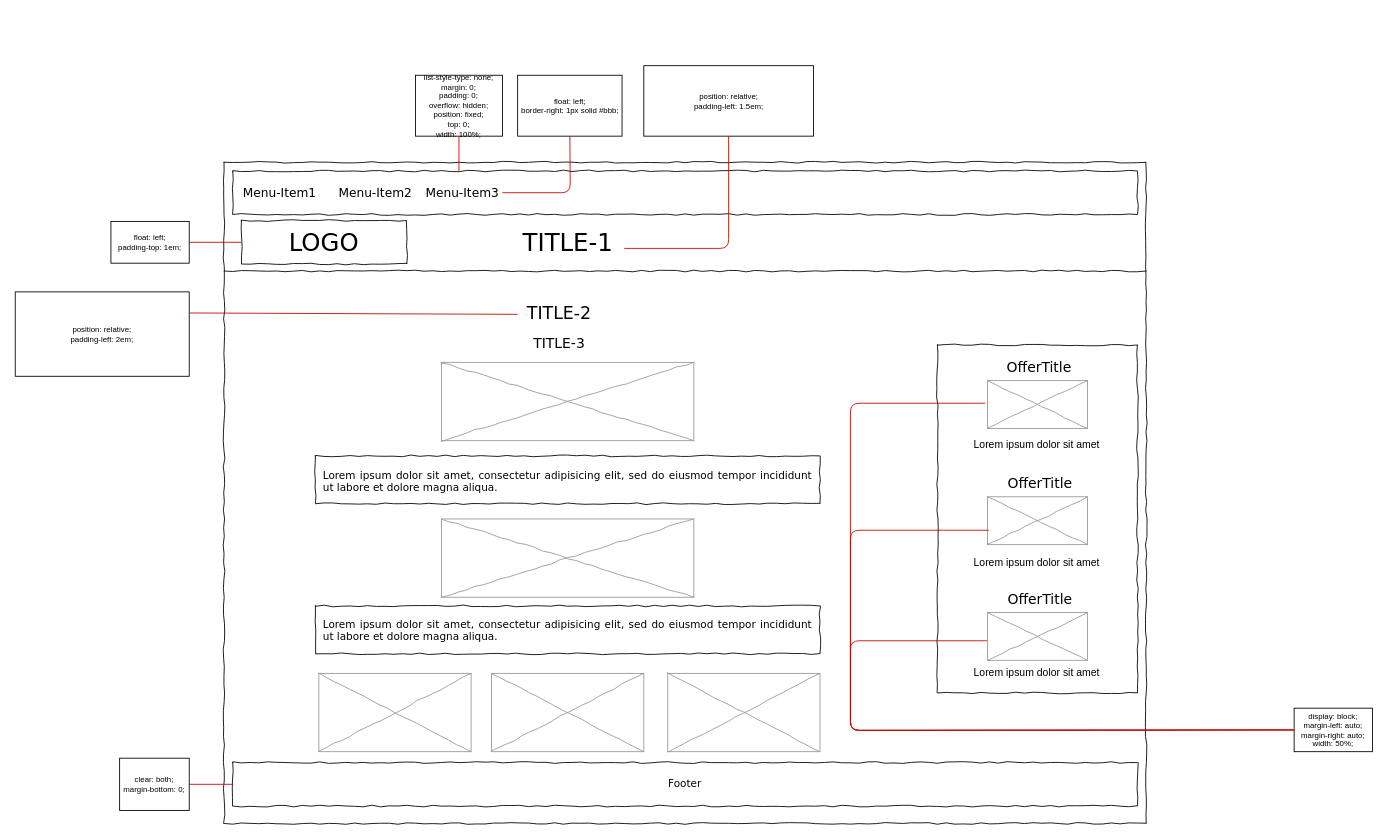
This is documentation/Part4/index.drawio from lu-dias/website--uol, a draw.io file, before an edit. Source tidied: cells renumbered, new cells numbered last; positions are measured from the earlier drawing's top-left corner, leaving out a move shared by most shapes. Both pictures are drawn from the tidied source at 87%, with x=0, y=0 at pixel (15, 65).
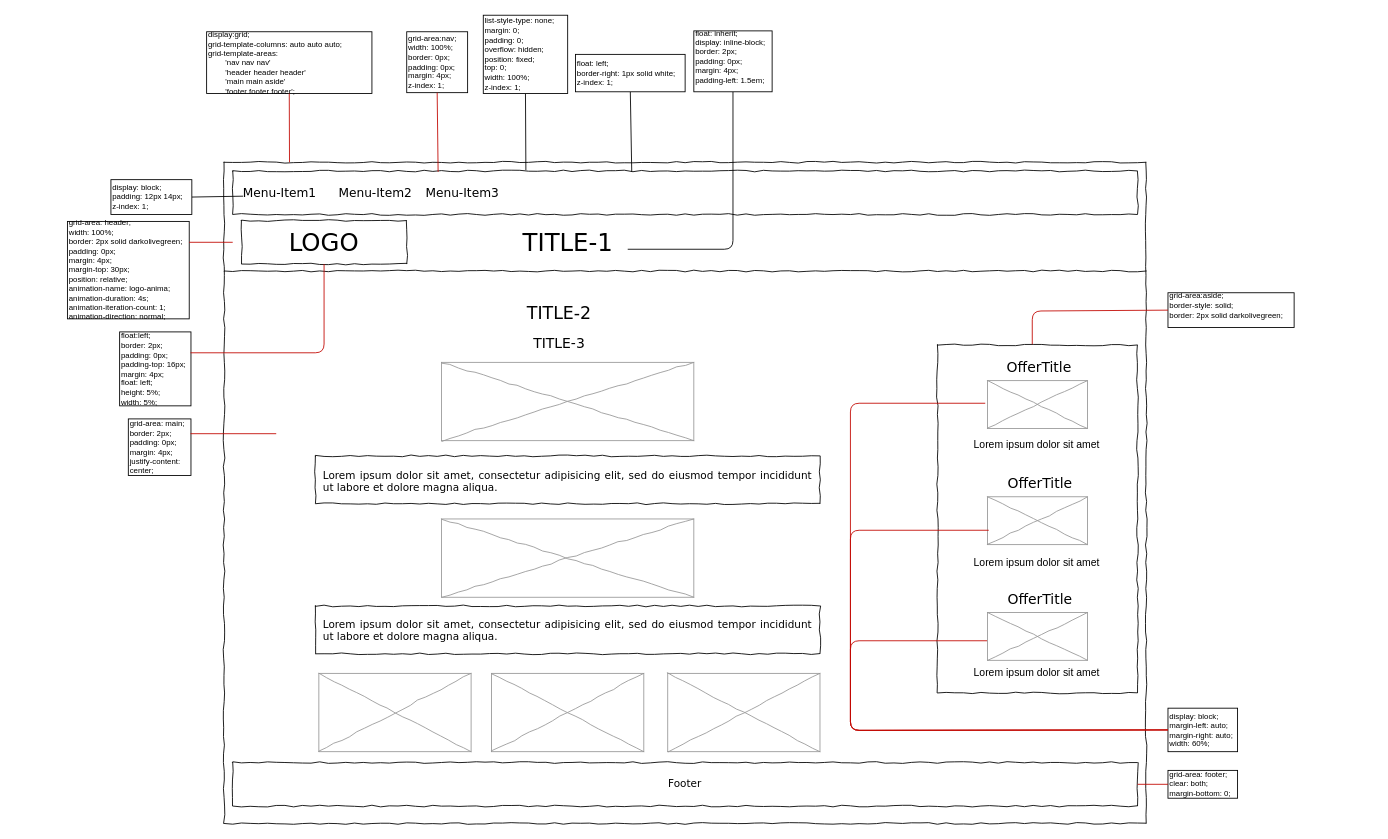
Above is the later version.

The change refers to these unchanged cells:
```xml
<mxCell id="2" style="whiteSpace=wrap;html=1;rounded=0;shadow=0;labelBackgroundColor=none;strokeColor=#000000;strokeWidth=1;fillColor=none;fontFamily=Verdana;fontSize=12;fontColor=#000000;align=center;comic=1;" parent="1" vertex="1">
  <mxGeometry x="240" y="111" width="1060" height="760" as="geometry" />
</mxCell>
<mxCell id="3" value="LOGO" style="whiteSpace=wrap;html=1;rounded=0;shadow=0;labelBackgroundColor=none;strokeWidth=1;fontFamily=Verdana;fontSize=28;align=center;comic=1;" parent="1" vertex="1">
  <mxGeometry x="260" y="178" width="190" height="50" as="geometry" />
</mxCell>
<mxCell id="4" value="TITLE-1" style="text;html=1;points=[];align=center;verticalAlign=middle;spacingTop=-4;fontSize=28;fontFamily=Verdana;" parent="1" vertex="1">
  <mxGeometry x="570" y="181" width="130" height="50" as="geometry" />
</mxCell>
<mxCell id="7" style="whiteSpace=wrap;html=1;rounded=0;shadow=0;labelBackgroundColor=none;strokeWidth=1;fillColor=none;fontFamily=Verdana;fontSize=12;align=center;comic=1;" parent="1" vertex="1">
  <mxGeometry x="1060" y="321" width="230" height="400" as="geometry" />
</mxCell>
<mxCell id="9" style="whiteSpace=wrap;html=1;rounded=0;shadow=0;labelBackgroundColor=none;strokeWidth=1;fillColor=none;fontFamily=Verdana;fontSize=12;align=center;comic=1;" parent="1" vertex="1">
  <mxGeometry x="250" y="121" width="1040" height="50" as="geometry" />
</mxCell>
<mxCell id="10" value="Menu-Item1" style="text;html=1;points=[];align=left;verticalAlign=top;spacingTop=-4;fontSize=14;fontFamily=Verdana;" parent="1" vertex="1">
  <mxGeometry x="260" y="136" width="90" height="20" as="geometry" />
</mxCell>
<mxCell id="12" value="Menu-Item3" style="text;html=1;points=[];align=left;verticalAlign=top;spacingTop=-4;fontSize=14;fontFamily=Verdana;" parent="1" vertex="1">
  <mxGeometry x="470" y="136" width="90" height="20" as="geometry" />
</mxCell>
<mxCell id="13" value="TITLE-2" style="text;html=1;points=[];align=center;verticalAlign=middle;spacingTop=-4;fontSize=20;fontFamily=Verdana;" parent="1" vertex="1">
  <mxGeometry x="577.5" y="261" width="95" height="50" as="geometry" />
</mxCell>
<mxCell id="21" value="Footer" style="whiteSpace=wrap;html=1;rounded=0;shadow=0;labelBackgroundColor=none;strokeWidth=1;fillColor=none;fontFamily=Verdana;fontSize=12;align=center;comic=1;" parent="1" vertex="1">
  <mxGeometry x="250" y="801" width="1040" height="50" as="geometry" />
</mxCell>
```

Change to the diagram source:
```diff
@@
-    <mxCell id="30" value="&lt;div&gt;list-style-type: none;&lt;/div&gt;&lt;div&gt;margin: 0;&lt;/div&gt;&lt;div&gt;padding: 0;&lt;/div&gt;&lt;div&gt;overflow: hidden;&lt;/div&gt;&lt;div&gt;position: fixed;&lt;/div&gt;&lt;div&gt;top: 0;&lt;/div&gt;&lt;div&gt;width: 100%;&lt;/div&gt;" style="rounded=0;whiteSpace=wrap;html=1;fontSize=9;align=center;" parent="1" vertex="1">
-      <mxGeometry x="460" y="11" width="100" height="70" as="geometry" />
+    <mxCell id="30" value="&lt;div&gt;display:grid;&lt;/div&gt;&lt;div&gt;grid-template-columns: auto auto auto;&lt;/div&gt;&lt;div&gt;grid-template-areas:&lt;/div&gt;&lt;div&gt;&amp;nbsp; &amp;nbsp; &amp;nbsp; &amp;nbsp; 'nav nav nav'&lt;/div&gt;&lt;div&gt;&amp;nbsp; &amp;nbsp; &amp;nbsp; &amp;nbsp; 'header header header'&lt;/div&gt;&lt;div&gt;&amp;nbsp; &amp;nbsp; &amp;nbsp; &amp;nbsp; 'main main aside'&lt;/div&gt;&lt;div&gt;&amp;nbsp; &amp;nbsp; &amp;nbsp; &amp;nbsp; 'footer footer footer';&lt;/div&gt;" style="rounded=0;whiteSpace=wrap;html=1;fontSize=9;align=left;shadow=0;" parent="1" vertex="1">
+      <mxGeometry x="220" y="-39" width="190" height="71" as="geometry" />
     </mxCell>
-    <mxCell id="31" style="endArrow=none;html=1;fontSize=16;entryX=0.5;entryY=1;entryDx=0;entryDy=0;exitX=0.25;exitY=0;exitDx=0;exitDy=0;fontColor=#C20802;strokeColor=#C20802;" parent="1" edge="1" source="9" target="30">
+    <mxCell id="31" style="endArrow=none;html=1;fontSize=16;entryX=0.5;entryY=1;entryDx=0;entryDy=0;fontColor=#C20802;strokeColor=#C20802;exitX=0.071;exitY=0;exitDx=0;exitDy=0;exitPerimeter=0;" parent="1" edge="1" source="2" target="30">
       <mxGeometry relative="1" as="geometry" />
     </mxCell>
-    <mxCell id="32" value="&lt;div&gt;float: left;&lt;/div&gt;&lt;div&gt;border-right: 1px solid #bbb;&lt;/div&gt;" style="rounded=0;whiteSpace=wrap;html=1;fontSize=9;align=center;" parent="1" vertex="1">
-      <mxGeometry x="577.5" y="11" width="120" height="70" as="geometry" />
+    <mxCell id="32" value="&lt;div&gt;grid-area:nav;&lt;/div&gt;&lt;div&gt;width: 100%;&lt;/div&gt;&lt;div&gt;border: 0px;&lt;/div&gt;&lt;div&gt;padding: 0px;&lt;/div&gt;&lt;div&gt;margin: 4px;&lt;/div&gt;&lt;div&gt;z-index: 1;&lt;/div&gt;" style="rounded=0;whiteSpace=wrap;html=1;fontSize=9;align=left;" parent="1" vertex="1">
+      <mxGeometry x="450" y="-39" width="70" height="70" as="geometry" />
     </mxCell>
-    <mxCell id="33" style="endArrow=none;html=1;fontSize=16;entryX=0.5;entryY=1;entryDx=0;entryDy=0;fontColor=#C20802;strokeColor=#C20802;" parent="1" edge="1" source="12" target="32">
-      <mxGeometry relative="1" as="geometry">
-        <Array as="points">
-          <mxPoint x="638" y="146" />
-        </Array>
-      </mxGeometry>
+    <mxCell id="33" style="endArrow=none;html=1;fontSize=16;entryX=0.5;entryY=1;entryDx=0;entryDy=0;fontColor=#C20802;strokeColor=#C20802;exitX=0.227;exitY=0.02;exitDx=0;exitDy=0;exitPerimeter=0;" parent="1" edge="1" source="9" target="32">
+      <mxGeometry relative="1" as="geometry" />
     </mxCell>
-    <mxCell id="34" value="&lt;div&gt;float: left;&lt;/div&gt;&lt;div&gt;padding-top: 1em;&lt;/div&gt;" style="rounded=0;whiteSpace=wrap;html=1;fontSize=9;align=center;" parent="1" vertex="1">
-      <mxGeometry x="110" y="179" width="90" height="48" as="geometry" />
+    <mxCell id="34" value="&lt;div&gt;grid-area: header;&lt;/div&gt;&lt;div&gt;width: 100%;&lt;/div&gt;&lt;div&gt;border: 2px solid darkolivegreen;&lt;/div&gt;&lt;div&gt;padding: 0px;&lt;/div&gt;&lt;div&gt;margin: 4px;&lt;/div&gt;&lt;div&gt;margin-top: 30px;&amp;nbsp;&lt;/div&gt;&lt;div&gt;position: relative;&lt;/div&gt;&lt;div&gt;&lt;div&gt;animation-name: logo-anima;&lt;/div&gt;&lt;div&gt;animation-duration: 4s;&lt;/div&gt;&lt;div&gt;animation-iteration-count: 1;&lt;/div&gt;&lt;div&gt;animation-direction: normal;&lt;/div&gt;&lt;/div&gt;" style="rounded=0;whiteSpace=wrap;html=1;fontSize=9;align=left;" parent="1" vertex="1">
+      <mxGeometry x="60" y="179" width="140" height="112" as="geometry" />
     </mxCell>
-    <mxCell id="35" style="endArrow=none;html=1;fontSize=16;entryX=1;entryY=0.5;entryDx=0;entryDy=0;exitX=0;exitY=0.5;exitDx=0;exitDy=0;fontColor=#C20802;strokeColor=#C20802;" parent="1" edge="1" source="3" target="34">
-      <mxGeometry relative="1" as="geometry" />
+    <mxCell id="35" style="endArrow=none;html=1;fontSize=16;fontColor=#C20802;strokeColor=#C20802;" parent="1" edge="1">
+      <mxGeometry relative="1" as="geometry">
+        <mxPoint x="250" y="203" as="sourcePoint" />
+        <mxPoint x="200" y="203" as="targetPoint" />
+      </mxGeometry>
     </mxCell>
-    <mxCell id="36" value="&lt;div&gt;position: relative;&lt;/div&gt;&lt;div&gt;padding-left: 1.5em;&lt;/div&gt;" style="rounded=0;whiteSpace=wrap;html=1;fontSize=9;align=center;" parent="1" vertex="1">
-      <mxGeometry x="722.5" width="195" height="81" as="geometry" />
-    </mxCell>
-    <mxCell id="37" style="endArrow=none;html=1;fontSize=16;entryX=0.5;entryY=1;entryDx=0;entryDy=0;exitX=1;exitY=0.58;exitDx=0;exitDy=0;exitPerimeter=0;fontColor=#C20802;strokeColor=#C20802;" parent="1" edge="1" source="4" target="36">
-      <mxGeometry relative="1" as="geometry">
-        <Array as="points">
-          <mxPoint x="820" y="210" />
-        </Array>
-      </mxGeometry>
-    </mxCell>
-    <mxCell id="38" value="&lt;div&gt;position: relative;&lt;/div&gt;&lt;div&gt;&lt;span&gt;padding-left: 2em;&lt;/span&gt;&lt;/div&gt;" style="rounded=0;whiteSpace=wrap;html=1;fontSize=9;align=center;" parent="1" vertex="1">
-      <mxGeometry y="260" width="200" height="97" as="geometry" />
-    </mxCell>
-    <mxCell id="39" style="endArrow=none;html=1;fontSize=16;entryX=1;entryY=0.25;entryDx=0;entryDy=0;fontColor=#C20802;strokeColor=#C20802;" parent="1" edge="1" source="13" target="38">
-      <mxGeometry relative="1" as="geometry" />
-    </mxCell>
-    <mxCell id="40" value="&lt;div&gt;display: block;&lt;/div&gt;&lt;div&gt;margin-left: auto;&lt;/div&gt;&lt;div&gt;margin-right: auto;&lt;/div&gt;&lt;div&gt;width: 50%;&lt;/div&gt;" style="rounded=0;whiteSpace=wrap;html=1;fontSize=9;align=center;" parent="1" vertex="1">
-      <mxGeometry x="1470" y="738.5" width="90" height="50" as="geometry" />
+    <mxCell id="40" value="&lt;div&gt;display: block;&lt;/div&gt;&lt;div&gt;margin-left: auto;&lt;/div&gt;&lt;div&gt;margin-right: auto;&lt;/div&gt;&lt;div&gt;width: 60%;&lt;/div&gt;" style="rounded=0;whiteSpace=wrap;html=1;fontSize=9;align=left;" parent="1" vertex="1">
+      <mxGeometry x="1325" y="738.5" width="80" height="50" as="geometry" />
     </mxCell>
@@
-    <mxCell id="44" value="&lt;div&gt;clear: both;&lt;/div&gt;&lt;div&gt;margin-bottom: 0;&lt;/div&gt;" style="rounded=0;whiteSpace=wrap;html=1;fontSize=9;align=center;" parent="1" vertex="1">
-      <mxGeometry x="120" y="796" width="80" height="60" as="geometry" />
-    </mxCell>
-    <mxCell id="45" style="endArrow=none;html=1;fontSize=16;entryX=1;entryY=0.5;entryDx=0;entryDy=0;fontColor=#C20802;strokeColor=#C20802;comic=0;exitX=0;exitY=0.5;exitDx=0;exitDy=0;" parent="1" edge="1" source="21" target="44">
-      <mxGeometry relative="1" as="geometry" />
-    </mxCell>
+    <mxCell id="46" style="endArrow=none;html=1;exitX=0.324;exitY=-0.02;exitDx=0;exitDy=0;exitPerimeter=0;entryX=0.5;entryY=1;entryDx=0;entryDy=0;" parent="1" edge="1" source="9" target="47">
+      <mxGeometry relative="1" as="geometry" />
+    </mxCell>
+    <mxCell id="47" value="&lt;div&gt;list-style-type: none;&lt;/div&gt;&lt;div&gt;margin: 0;&lt;/div&gt;&lt;div&gt;padding: 0;&lt;/div&gt;&lt;div&gt;overflow: hidden;&lt;/div&gt;&lt;div&gt;position: fixed;&lt;/div&gt;&lt;div&gt;top: 0;&lt;/div&gt;&lt;div&gt;width: 100%;&lt;/div&gt;&lt;div&gt;&lt;span&gt;z-index: 1;&lt;/span&gt;&lt;/div&gt;" style="rounded=0;whiteSpace=wrap;html=1;fontSize=9;align=left;" parent="1" vertex="1">
+      <mxGeometry x="538" y="-58" width="97" height="90" as="geometry" />
+    </mxCell>
+    <mxCell id="48" style="endArrow=none;html=1;entryX=0.5;entryY=1;entryDx=0;entryDy=0;exitX=0.441;exitY=0.02;exitDx=0;exitDy=0;exitPerimeter=0;" parent="1" edge="1" source="9" target="49">
+      <mxGeometry relative="1" as="geometry" />
+    </mxCell>
+    <mxCell id="49" value="&lt;div&gt;float: left;&lt;/div&gt;&lt;div&gt;border-right: 1px solid white;&lt;/div&gt;&lt;div&gt;z-index: 1;&lt;/div&gt;" style="rounded=0;whiteSpace=wrap;html=1;fontSize=9;align=left;" parent="1" vertex="1">
+      <mxGeometry x="644" y="-13" width="126" height="43" as="geometry" />
+    </mxCell>
+    <mxCell id="50" style="endArrow=none;html=1;entryX=1;entryY=0.5;entryDx=0;entryDy=0;exitX=0.022;exitY=0.7;exitDx=0;exitDy=0;exitPerimeter=0;" parent="1" edge="1" source="10" target="51">
+      <mxGeometry relative="1" as="geometry" />
+    </mxCell>
+    <mxCell id="51" value="&lt;div&gt;display: block;&lt;/div&gt;&lt;div&gt;&lt;span&gt;padding: 12px 14px;&lt;/span&gt;&lt;br&gt;&lt;/div&gt;&lt;div&gt;&lt;span&gt;z-index: 1;&lt;/span&gt;&lt;br&gt;&lt;/div&gt;" style="rounded=0;whiteSpace=wrap;html=1;fontSize=9;align=left;" parent="1" vertex="1">
+      <mxGeometry x="110" y="131" width="93" height="40" as="geometry" />
+    </mxCell>
+    <mxCell id="52" value="&lt;div&gt;float:left;&lt;/div&gt;&lt;div&gt;border: 2px;&lt;/div&gt;&lt;div&gt;padding: 0px;&lt;/div&gt;&lt;div&gt;padding-top: 16px;&lt;/div&gt;&lt;div&gt;margin: 4px;&lt;/div&gt;&lt;div&gt;float: left;&lt;/div&gt;&lt;div&gt;height: 5%;&lt;/div&gt;&lt;div&gt;width: 5%;&lt;/div&gt;" style="rounded=0;whiteSpace=wrap;html=1;fontSize=9;align=left;" parent="1" vertex="1">
+      <mxGeometry x="120" y="306" width="82" height="85" as="geometry" />
+    </mxCell>
+    <mxCell id="53" style="endArrow=none;html=1;fontSize=16;fontColor=#C20802;strokeColor=#C20802;" parent="1" edge="1" source="3">
+      <mxGeometry relative="1" as="geometry">
+        <mxPoint x="201.5" y="330" as="targetPoint" />
+        <Array as="points">
+          <mxPoint x="355" y="330" />
+        </Array>
+      </mxGeometry>
+    </mxCell>
+    <mxCell id="54" style="endArrow=none;html=1;entryX=0.5;entryY=1;entryDx=0;entryDy=0;exitX=1.031;exitY=0.6;exitDx=0;exitDy=0;exitPerimeter=0;" parent="1" edge="1" source="4" target="55">
+      <mxGeometry relative="1" as="geometry">
+        <Array as="points">
+          <mxPoint x="825" y="211" />
+        </Array>
+      </mxGeometry>
+    </mxCell>
+    <mxCell id="55" value="&lt;div&gt;float: inherit;&lt;/div&gt;&lt;div&gt;display: inline-block;&lt;/div&gt;&lt;div&gt;border: 2px;&lt;/div&gt;&lt;div&gt;padding: 0px;&lt;/div&gt;&lt;div&gt;margin: 4px;&lt;/div&gt;&lt;div&gt;padding-left: 1.5em;&amp;nbsp;&lt;/div&gt;&lt;div&gt;&lt;br&gt;&lt;/div&gt;" style="rounded=0;whiteSpace=wrap;html=1;fontSize=9;align=left;" parent="1" vertex="1">
+      <mxGeometry x="780" y="-40" width="90" height="70" as="geometry" />
+    </mxCell>
+    <mxCell id="56" value="&lt;div&gt;grid-area: main;&lt;/div&gt;&lt;div&gt;border: 2px;&lt;/div&gt;&lt;div&gt;padding: 0px;&lt;/div&gt;&lt;div&gt;margin: 4px;&lt;/div&gt;&lt;div&gt;justify-content: center;&lt;/div&gt;" style="rounded=0;whiteSpace=wrap;html=1;fontSize=9;align=left;" parent="1" vertex="1">
+      <mxGeometry x="130" y="406" width="72" height="65" as="geometry" />
+    </mxCell>
+    <mxCell id="57" style="endArrow=none;html=1;fontSize=16;fontColor=#C20802;strokeColor=#C20802;" parent="1" edge="1">
+      <mxGeometry relative="1" as="geometry">
+        <mxPoint x="300" y="423" as="sourcePoint" />
+        <mxPoint x="201.5" y="423" as="targetPoint" />
+      </mxGeometry>
+    </mxCell>
+    <mxCell id="58" value="&lt;div&gt;grid-area:aside;&lt;/div&gt;&lt;div&gt;border-style: solid;&lt;/div&gt;&lt;div&gt;border: 2px solid darkolivegreen;&lt;/div&gt;&lt;div&gt;&lt;br&gt;&lt;/div&gt;" style="rounded=0;whiteSpace=wrap;html=1;fontSize=9;align=left;" parent="1" vertex="1">
+      <mxGeometry x="1325" y="261" width="145" height="40" as="geometry" />
+    </mxCell>
+    <mxCell id="59" style="endArrow=none;html=1;fontSize=16;entryX=0;entryY=0.5;entryDx=0;entryDy=0;fontColor=#C20802;strokeColor=#C20802;comic=0;exitX=0.474;exitY=-0.002;exitDx=0;exitDy=0;exitPerimeter=0;" parent="1" edge="1" source="7" target="58">
+      <mxGeometry relative="1" as="geometry">
+        <Array as="points">
+          <mxPoint x="1169" y="282" />
+        </Array>
+      </mxGeometry>
+    </mxCell>
+    <mxCell id="60" value="&lt;div&gt;grid-area: footer;&lt;/div&gt;&lt;div&gt;clear: both;&lt;/div&gt;&lt;div&gt;margin-bottom: 0;&lt;/div&gt;" style="rounded=0;whiteSpace=wrap;html=1;fontSize=9;align=left;" parent="1" vertex="1">
+      <mxGeometry x="1325" y="810" width="80" height="32" as="geometry" />
+    </mxCell>
+    <mxCell id="61" style="endArrow=none;html=1;fontSize=16;entryX=0;entryY=0.5;entryDx=0;entryDy=0;fontColor=#C20802;strokeColor=#C20802;comic=0;" parent="1" edge="1" source="21" target="60">
+      <mxGeometry relative="1" as="geometry" />
+    </mxCell>
```
